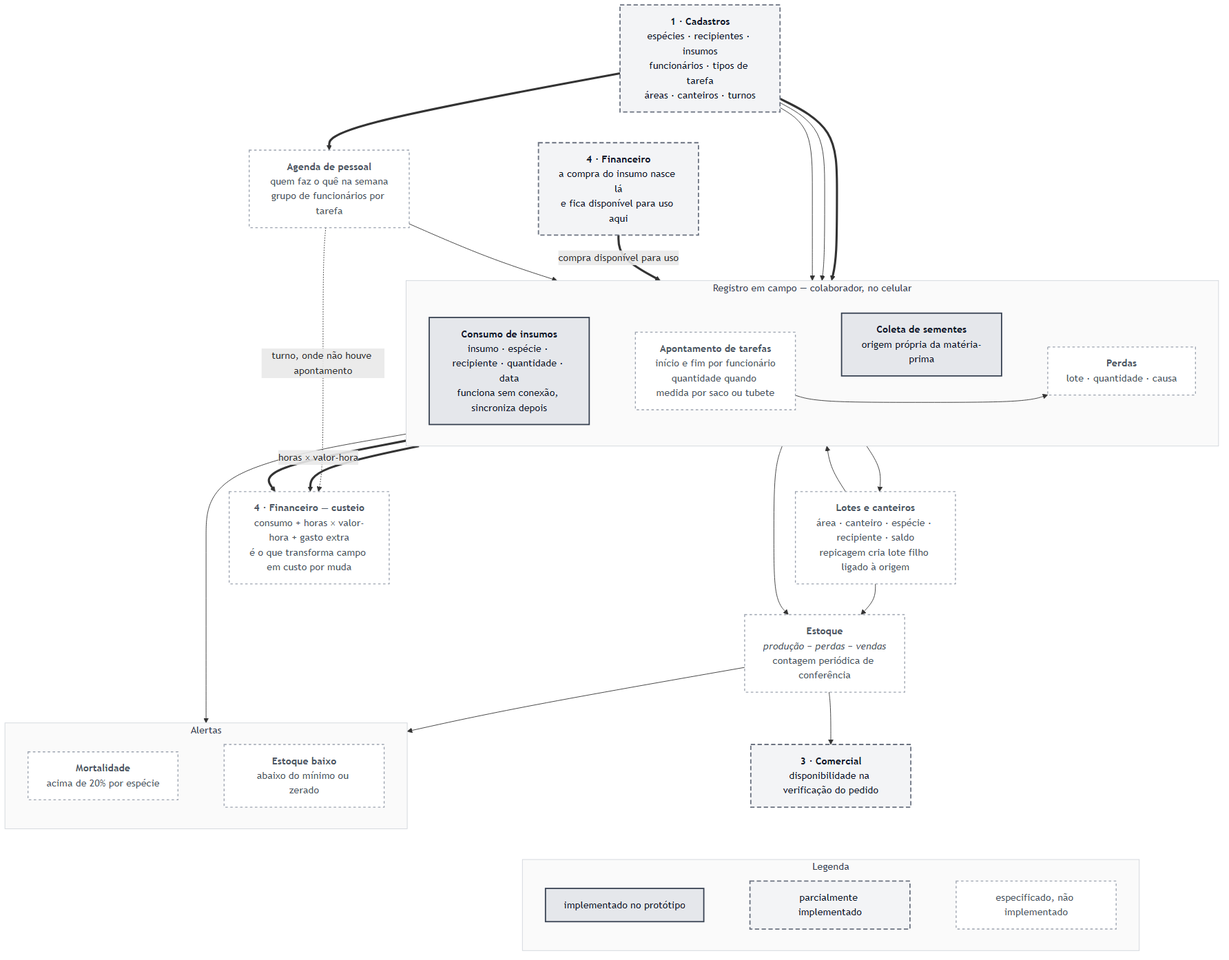
Before: docs/rotinas/img/mapa-2-producao.png, a diagram exported from Mermaid (JoaoMudar/mudar). Its source is kept beside it as docs/rotinas/img/mapa-2-producao.mmd.
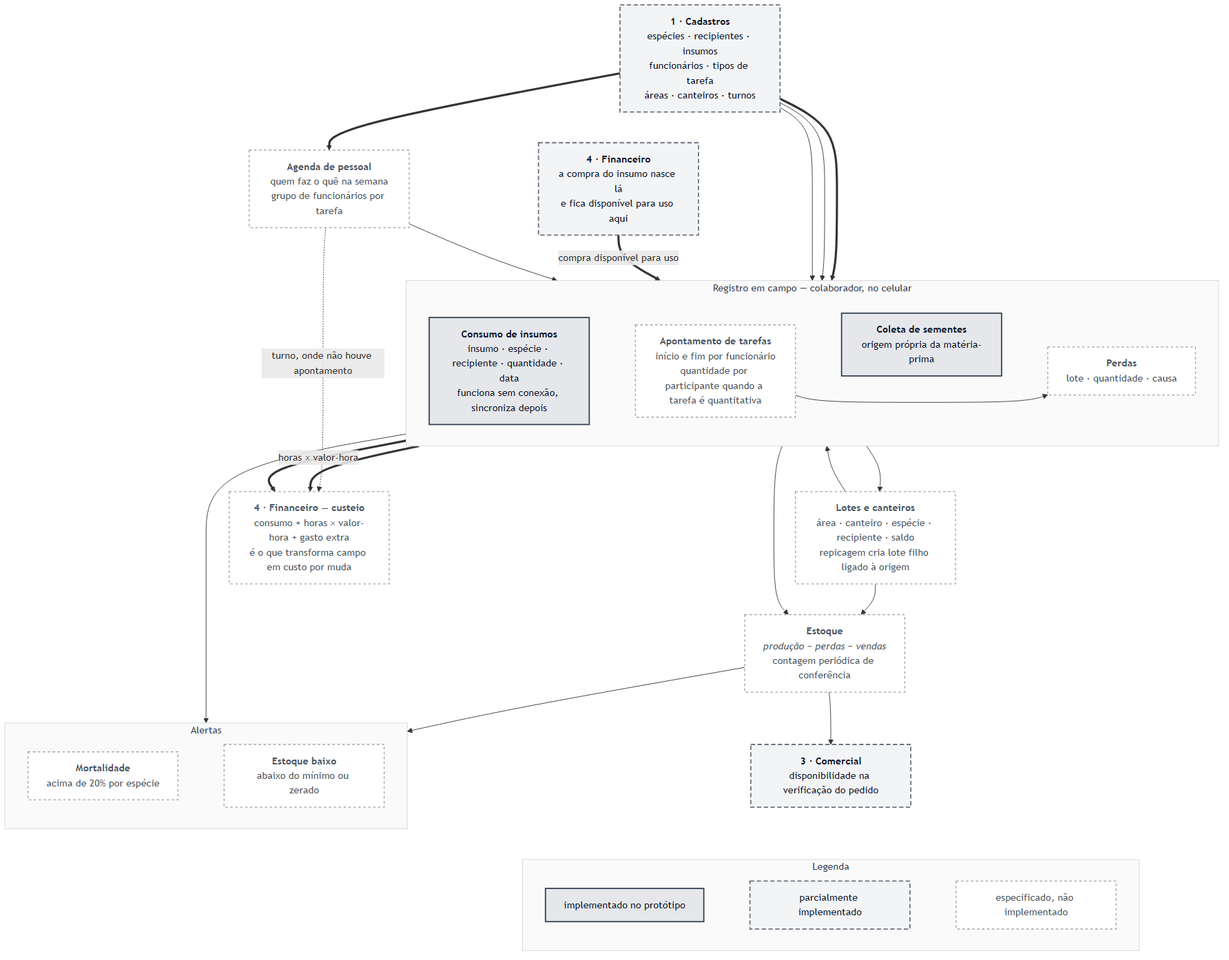
Later version of the same file.

What changed in the source:
```diff
@@ -5,7 +5,7 @@
   subgraph CAMPO["Registro em campo &mdash; colaborador, no celular"]
     direction LR
     CON["<b>Consumo de insumos</b><br/>insumo · espécie · recipiente · quantidade · data<br/>funciona sem conexão, sincroniza depois"]
-    ATV["<b>Apontamento de tarefas</b><br/>início e fim por funcionário<br/>quantidade quando medida por saco ou tubete"]
+    ATV["<b>Apontamento de tarefas</b><br/>início e fim por funcionário<br/>quantidade por participante quando a tarefa é quantitativa"]
     COL["<b>Coleta de sementes</b><br/>origem própria da matéria-prima"]
     PER["<b>Perdas</b><br/>lote · quantidade · causa"]
     CON ~~~ ATV ~~~ COL ~~~ PER
```
